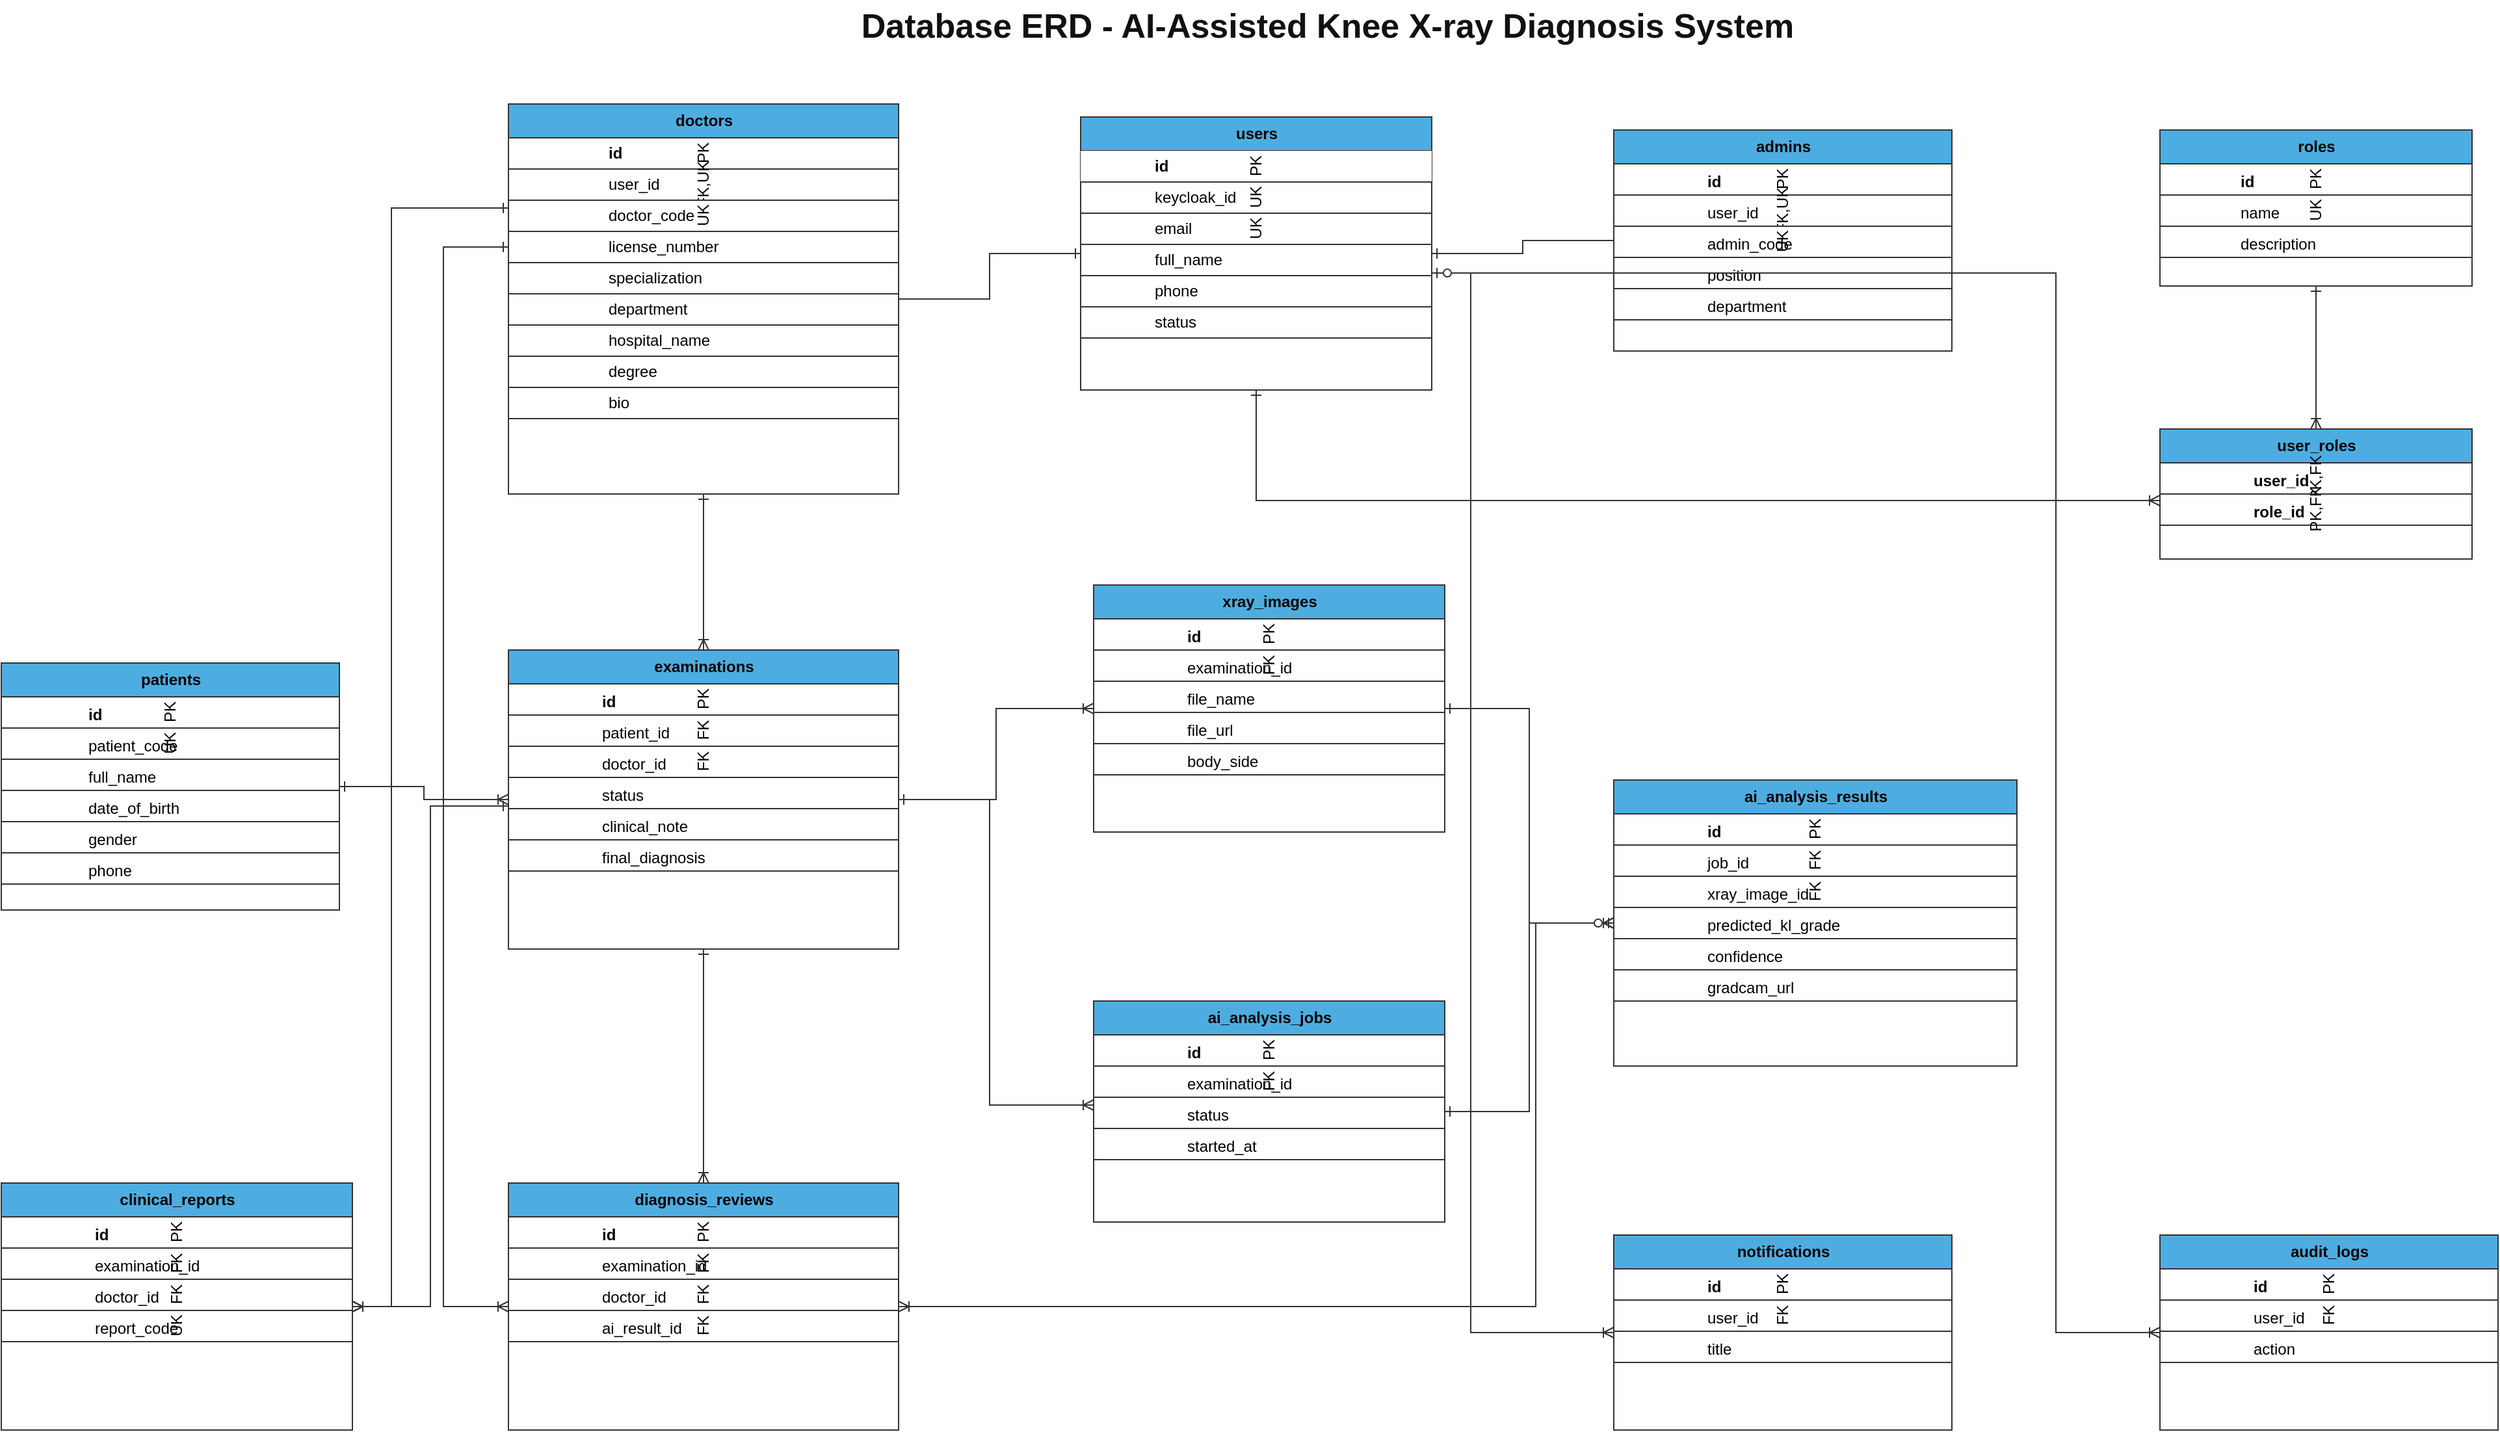
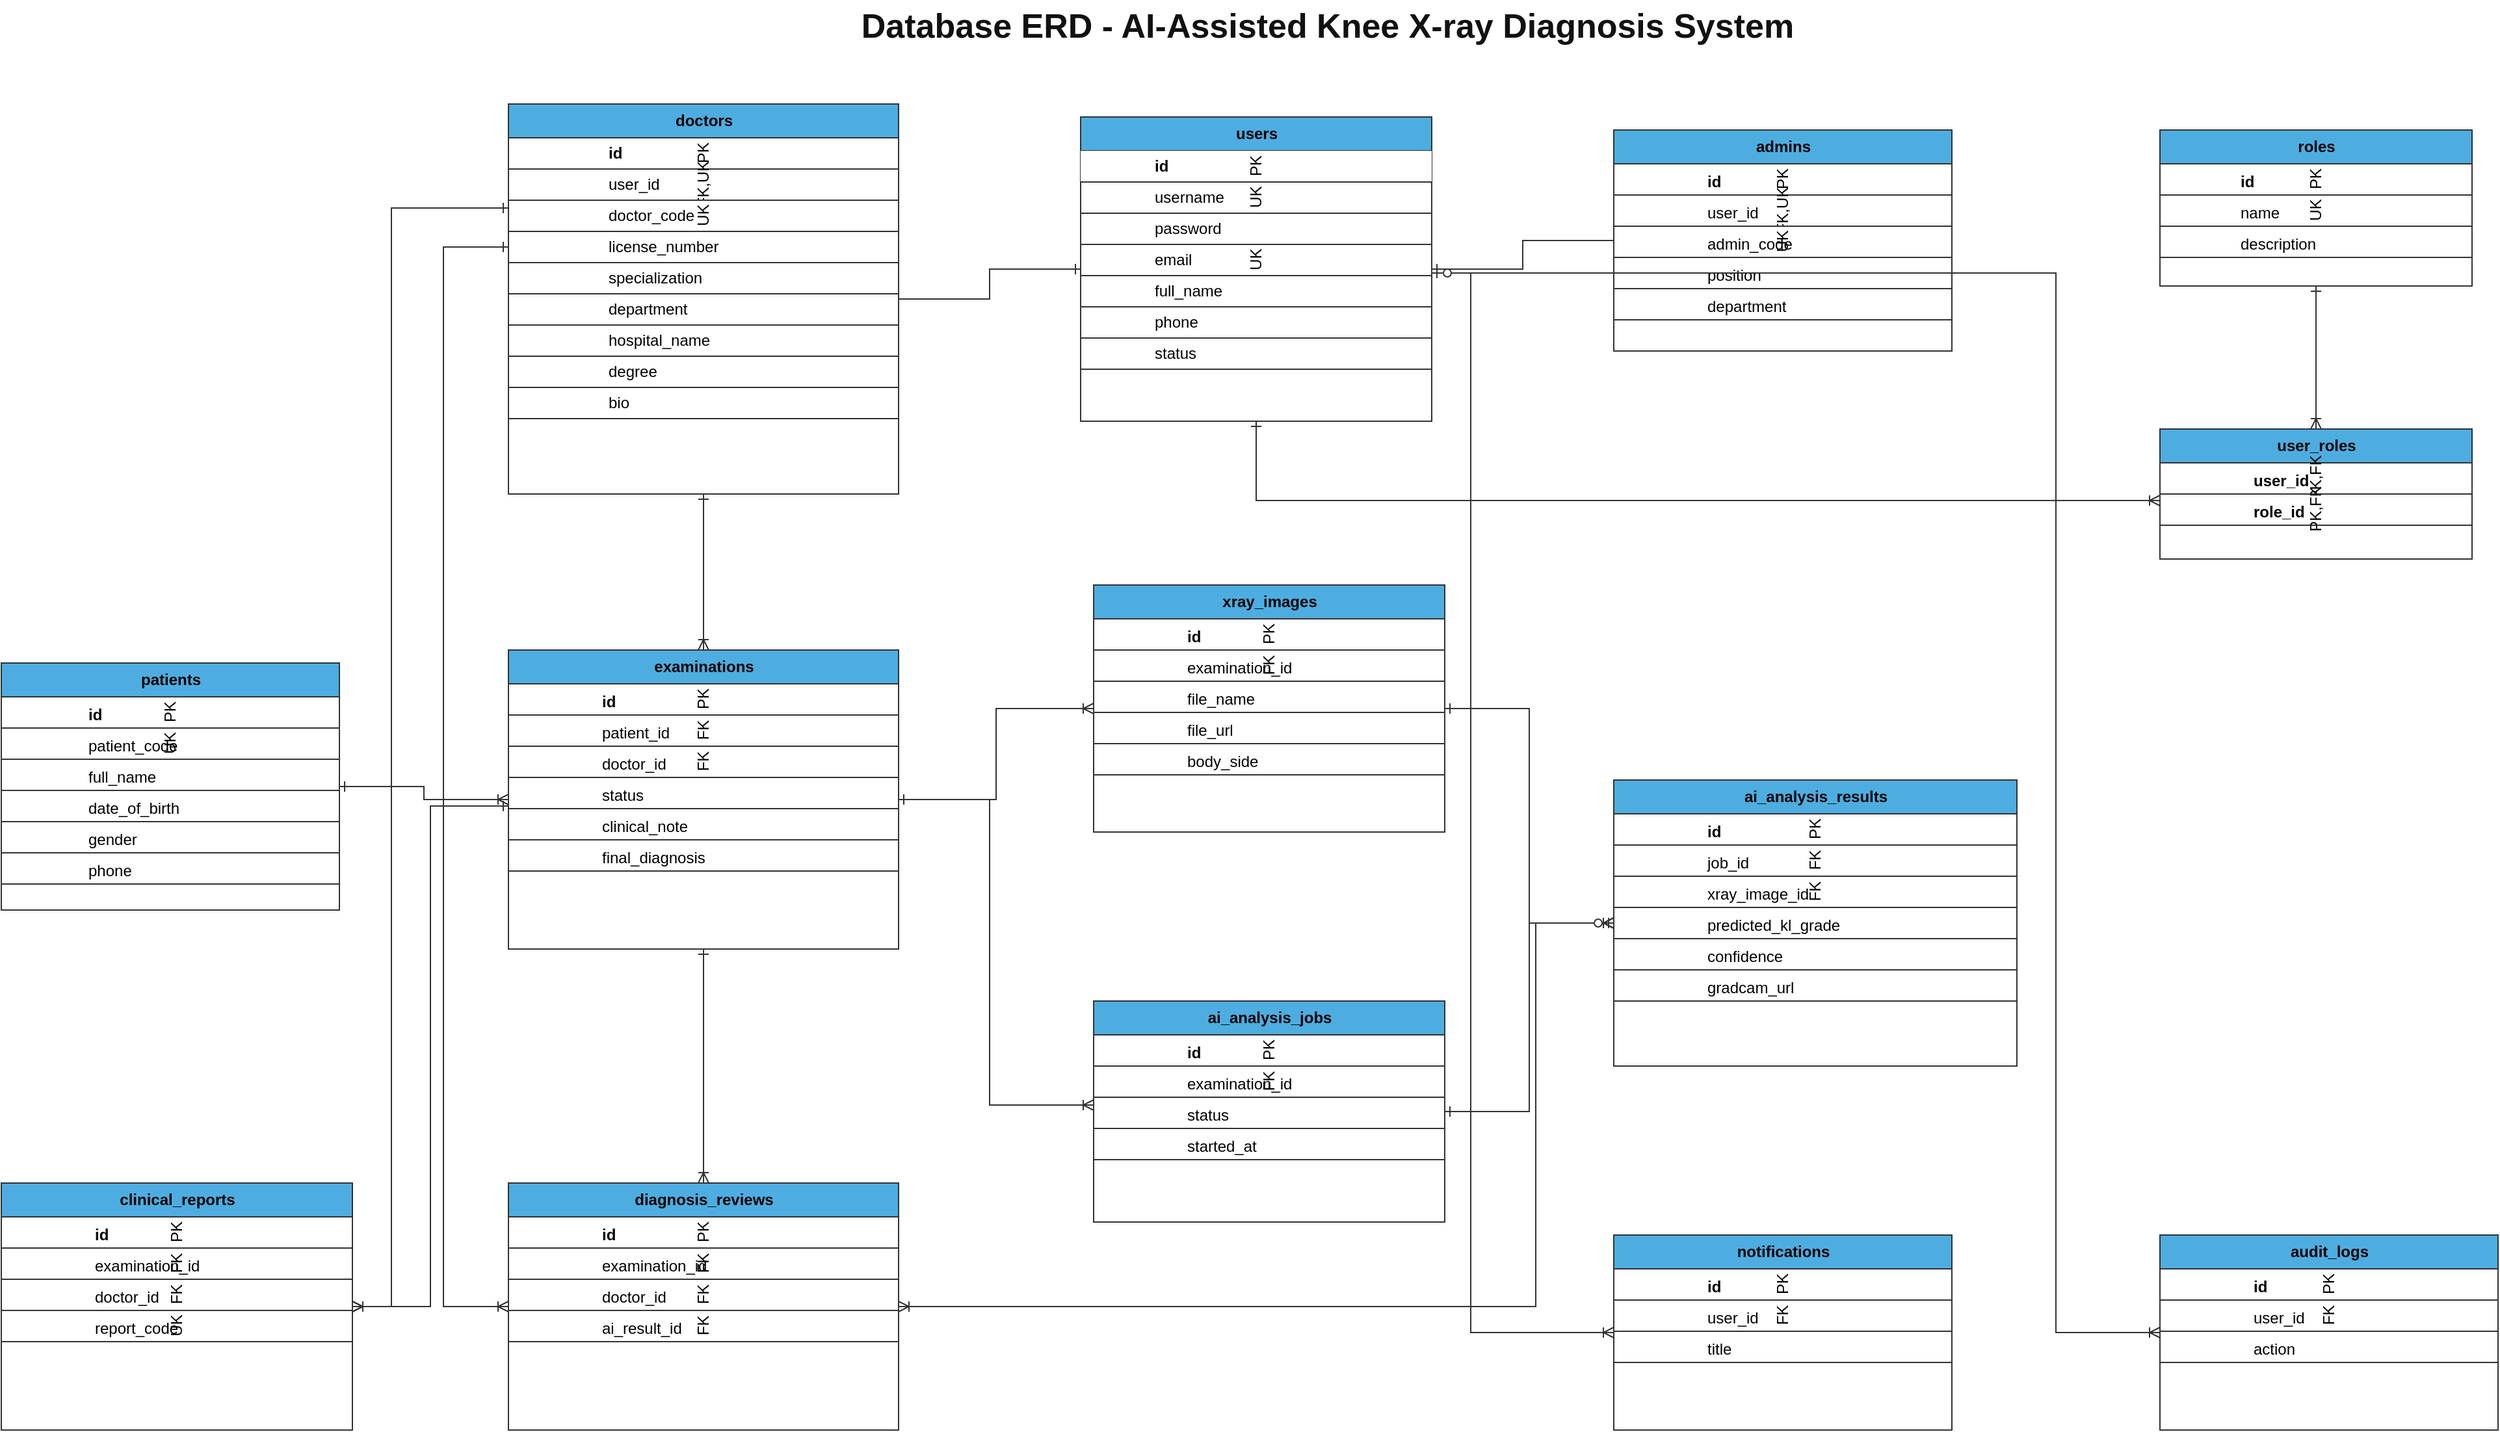
<mxfile host="65bd71144e">
    <diagram name="Database ERD" id="database-erd">
        <mxGraphModel dx="1800" dy="1000" grid="1" gridSize="10" guides="1" tooltips="1" connect="1" arrows="1" fold="1" page="1" pageScale="1" pageWidth="2300" pageHeight="1500" math="0" shadow="0">
            <root>
                <mxCell id="0"/>
                <mxCell id="1" parent="0"/>
                <mxCell id="title" value="Database ERD - AI-Assisted Knee X-ray Diagnosis System" style="text;html=1;strokeColor=none;fillColor=none;align=center;verticalAlign=middle;whiteSpace=wrap;fontSize=26;fontStyle=1;fontColor=#111111;" vertex="1" parent="1">
                    <mxGeometry x="500" y="30" width="1200" height="40" as="geometry"/>
                </mxCell>

                <mxCell id="users" value="users" style="shape=table;startSize=26;container=1;collapsible=0;childLayout=tableLayout;fixedRows=1;rowLines=0;fontStyle=1;align=center;resizeLast=1;html=1;fillColor=#4EADE0;strokeColor=#333333;" vertex="1" parent="1">
-                     <mxGeometry x="910" y="120" width="270" height="210" as="geometry"/>
+                     <mxGeometry x="910" y="120" width="270" height="234" as="geometry"/>
                </mxCell>
                <mxCell id="users_r1" value="PK" style="shape=tableRow;horizontal=0;startSize=0;swimlaneHead=0;swimlaneBody=0;collapsible=0;dropTarget=0;points=[];portConstraint=eastwest;top=0;left=0;right=0;bottom=1;html=1;fillColor=#ffffff;strokeColor=#333333;" vertex="1" parent="users"><mxGeometry y="26" width="270" height="24" as="geometry"/></mxCell>
                <mxCell id="users_r1c1" value="id" style="text;strokeColor=none;fillColor=none;align=left;verticalAlign=middle;fontStyle=1;html=1;" vertex="1" parent="users_r1"><mxGeometry x="55" width="215" height="24" as="geometry"/></mxCell>
                <mxCell id="users_r2" value="UK" style="shape=tableRow;horizontal=0;startSize=0;collapsible=0;points=[];portConstraint=eastwest;html=1;fillColor=#ffffff;strokeColor=#333333;" vertex="1" parent="users"><mxGeometry y="50" width="270" height="24" as="geometry"/></mxCell>
-                 <mxCell id="users_r2c1" value="keycloak_id" style="text;strokeColor=none;fillColor=none;align=left;verticalAlign=middle;html=1;" vertex="1" parent="users_r2"><mxGeometry x="55" width="215" height="24" as="geometry"/></mxCell>
-                 <mxCell id="users_r3" value="UK" style="shape=tableRow;horizontal=0;startSize=0;collapsible=0;points=[];portConstraint=eastwest;html=1;fillColor=#ffffff;strokeColor=#333333;" vertex="1" parent="users"><mxGeometry y="74" width="270" height="24" as="geometry"/></mxCell>
+                 <mxCell id="users_r2c1" value="username" style="text;strokeColor=none;fillColor=none;align=left;verticalAlign=middle;html=1;" vertex="1" parent="users_r2"><mxGeometry x="55" width="215" height="24" as="geometry"/></mxCell>
+                 <mxCell id="users_pwd" value="" style="shape=tableRow;horizontal=0;startSize=0;collapsible=0;points=[];portConstraint=eastwest;html=1;fillColor=#ffffff;strokeColor=#333333;" vertex="1" parent="users"><mxGeometry y="74" width="270" height="24" as="geometry"/></mxCell>
+                 <mxCell id="users_pwdc1" value="password" style="text;strokeColor=none;fillColor=none;align=left;verticalAlign=middle;html=1;" vertex="1" parent="users_pwd"><mxGeometry x="55" width="215" height="24" as="geometry"/></mxCell>
+                 <mxCell id="users_r3" value="UK" style="shape=tableRow;horizontal=0;startSize=0;collapsible=0;points=[];portConstraint=eastwest;html=1;fillColor=#ffffff;strokeColor=#333333;" vertex="1" parent="users"><mxGeometry y="98" width="270" height="24" as="geometry"/></mxCell>
                <mxCell id="users_r3c1" value="email" style="text;strokeColor=none;fillColor=none;align=left;verticalAlign=middle;html=1;" vertex="1" parent="users_r3"><mxGeometry x="55" width="215" height="24" as="geometry"/></mxCell>
-                 <mxCell id="users_r4" value="" style="shape=tableRow;horizontal=0;startSize=0;collapsible=0;points=[];portConstraint=eastwest;html=1;fillColor=#ffffff;strokeColor=#333333;" vertex="1" parent="users"><mxGeometry y="98" width="270" height="24" as="geometry"/></mxCell>
+                 <mxCell id="users_r4" value="" style="shape=tableRow;horizontal=0;startSize=0;collapsible=0;points=[];portConstraint=eastwest;html=1;fillColor=#ffffff;strokeColor=#333333;" vertex="1" parent="users"><mxGeometry y="122" width="270" height="24" as="geometry"/></mxCell>
                <mxCell id="users_r4c1" value="full_name" style="text;strokeColor=none;fillColor=none;align=left;verticalAlign=middle;html=1;" vertex="1" parent="users_r4"><mxGeometry x="55" width="215" height="24" as="geometry"/></mxCell>
-                 <mxCell id="users_r5" value="" style="shape=tableRow;horizontal=0;startSize=0;collapsible=0;points=[];portConstraint=eastwest;html=1;fillColor=#ffffff;strokeColor=#333333;" vertex="1" parent="users"><mxGeometry y="122" width="270" height="24" as="geometry"/></mxCell>
+                 <mxCell id="users_r5" value="" style="shape=tableRow;horizontal=0;startSize=0;collapsible=0;points=[];portConstraint=eastwest;html=1;fillColor=#ffffff;strokeColor=#333333;" vertex="1" parent="users"><mxGeometry y="146" width="270" height="24" as="geometry"/></mxCell>
                <mxCell id="users_r5c1" value="phone" style="text;strokeColor=none;fillColor=none;align=left;verticalAlign=middle;html=1;" vertex="1" parent="users_r5"><mxGeometry x="55" width="215" height="24" as="geometry"/></mxCell>
-                 <mxCell id="users_r6" value="" style="shape=tableRow;horizontal=0;startSize=0;collapsible=0;points=[];portConstraint=eastwest;html=1;fillColor=#ffffff;strokeColor=#333333;" vertex="1" parent="users"><mxGeometry y="146" width="270" height="24" as="geometry"/></mxCell>
+                 <mxCell id="users_r6" value="" style="shape=tableRow;horizontal=0;startSize=0;collapsible=0;points=[];portConstraint=eastwest;html=1;fillColor=#ffffff;strokeColor=#333333;" vertex="1" parent="users"><mxGeometry y="170" width="270" height="24" as="geometry"/></mxCell>
                <mxCell id="users_r6c1" value="status" style="text;strokeColor=none;fillColor=none;align=left;verticalAlign=middle;html=1;" vertex="1" parent="users_r6"><mxGeometry x="55" width="215" height="24" as="geometry"/></mxCell>

                <mxCell id="doctors" value="doctors" style="shape=table;startSize=26;container=1;collapsible=0;childLayout=tableLayout;fixedRows=1;rowLines=0;fontStyle=1;align=center;resizeLast=1;html=1;fillColor=#4EADE0;strokeColor=#333333;" vertex="1" parent="1">
                    <mxGeometry x="470" y="110" width="300" height="300" as="geometry"/>
                </mxCell>
                <mxCell id="doctors_r1" value="PK" style="shape=tableRow;horizontal=0;startSize=0;collapsible=0;points=[];portConstraint=eastwest;html=1;fillColor=#ffffff;strokeColor=#333333;" vertex="1" parent="doctors"><mxGeometry y="26" width="300" height="24" as="geometry"/></mxCell>
                <mxCell id="doctors_r1c1" value="id" style="text;strokeColor=none;fillColor=none;align=left;verticalAlign=middle;fontStyle=1;html=1;" vertex="1" parent="doctors_r1"><mxGeometry x="75" width="225" height="24" as="geometry"/></mxCell>
                <mxCell id="doctors_r2" value="FK,UK" style="shape=tableRow;horizontal=0;startSize=0;collapsible=0;points=[];portConstraint=eastwest;html=1;fillColor=#ffffff;strokeColor=#333333;" vertex="1" parent="doctors"><mxGeometry y="50" width="300" height="24" as="geometry"/></mxCell>
                <mxCell id="doctors_r2c1" value="user_id" style="text;strokeColor=none;fillColor=none;align=left;verticalAlign=middle;html=1;" vertex="1" parent="doctors_r2"><mxGeometry x="75" width="225" height="24" as="geometry"/></mxCell>
                <mxCell id="doctors_r3" value="UK" style="shape=tableRow;horizontal=0;startSize=0;collapsible=0;points=[];portConstraint=eastwest;html=1;fillColor=#ffffff;strokeColor=#333333;" vertex="1" parent="doctors"><mxGeometry y="74" width="300" height="24" as="geometry"/></mxCell>
                <mxCell id="doctors_r3c1" value="doctor_code" style="text;strokeColor=none;fillColor=none;align=left;verticalAlign=middle;html=1;" vertex="1" parent="doctors_r3"><mxGeometry x="75" width="225" height="24" as="geometry"/></mxCell>
                <mxCell id="doctors_r4" value="" style="shape=tableRow;horizontal=0;startSize=0;collapsible=0;points=[];portConstraint=eastwest;html=1;fillColor=#ffffff;strokeColor=#333333;" vertex="1" parent="doctors"><mxGeometry y="98" width="300" height="24" as="geometry"/></mxCell>
                <mxCell id="doctors_r4c1" value="license_number" style="text;strokeColor=none;fillColor=none;align=left;verticalAlign=middle;html=1;" vertex="1" parent="doctors_r4"><mxGeometry x="75" width="225" height="24" as="geometry"/></mxCell>
                <mxCell id="doctors_r5" value="" style="shape=tableRow;horizontal=0;startSize=0;collapsible=0;points=[];portConstraint=eastwest;html=1;fillColor=#ffffff;strokeColor=#333333;" vertex="1" parent="doctors"><mxGeometry y="122" width="300" height="24" as="geometry"/></mxCell>
                <mxCell id="doctors_r5c1" value="specialization" style="text;strokeColor=none;fillColor=none;align=left;verticalAlign=middle;html=1;" vertex="1" parent="doctors_r5"><mxGeometry x="75" width="225" height="24" as="geometry"/></mxCell>
                <mxCell id="doctors_r6" value="" style="shape=tableRow;horizontal=0;startSize=0;collapsible=0;points=[];portConstraint=eastwest;html=1;fillColor=#ffffff;strokeColor=#333333;" vertex="1" parent="doctors"><mxGeometry y="146" width="300" height="24" as="geometry"/></mxCell>
                <mxCell id="doctors_r6c1" value="department" style="text;strokeColor=none;fillColor=none;align=left;verticalAlign=middle;html=1;" vertex="1" parent="doctors_r6"><mxGeometry x="75" width="225" height="24" as="geometry"/></mxCell>
                <mxCell id="doctors_r7" value="" style="shape=tableRow;horizontal=0;startSize=0;collapsible=0;points=[];portConstraint=eastwest;html=1;fillColor=#ffffff;strokeColor=#333333;" vertex="1" parent="doctors"><mxGeometry y="170" width="300" height="24" as="geometry"/></mxCell>
                <mxCell id="doctors_r7c1" value="hospital_name" style="text;strokeColor=none;fillColor=none;align=left;verticalAlign=middle;html=1;" vertex="1" parent="doctors_r7"><mxGeometry x="75" width="225" height="24" as="geometry"/></mxCell>
                <mxCell id="doctors_r8" value="" style="shape=tableRow;horizontal=0;startSize=0;collapsible=0;points=[];portConstraint=eastwest;html=1;fillColor=#ffffff;strokeColor=#333333;" vertex="1" parent="doctors"><mxGeometry y="194" width="300" height="24" as="geometry"/></mxCell>
                <mxCell id="doctors_r8c1" value="degree" style="text;strokeColor=none;fillColor=none;align=left;verticalAlign=middle;html=1;" vertex="1" parent="doctors_r8"><mxGeometry x="75" width="225" height="24" as="geometry"/></mxCell>
                <mxCell id="doctors_r9" value="" style="shape=tableRow;horizontal=0;startSize=0;collapsible=0;points=[];portConstraint=eastwest;html=1;fillColor=#ffffff;strokeColor=#333333;" vertex="1" parent="doctors"><mxGeometry y="218" width="300" height="24" as="geometry"/></mxCell>
                <mxCell id="doctors_r9c1" value="bio" style="text;strokeColor=none;fillColor=none;align=left;verticalAlign=middle;html=1;" vertex="1" parent="doctors_r9"><mxGeometry x="75" width="225" height="24" as="geometry"/></mxCell>

                <mxCell id="admins" value="admins" style="shape=table;startSize=26;container=1;collapsible=0;childLayout=tableLayout;fixedRows=1;rowLines=0;fontStyle=1;align=center;resizeLast=1;html=1;fillColor=#4EADE0;strokeColor=#333333;" vertex="1" parent="1"><mxGeometry x="1320" y="130" width="260" height="170" as="geometry"/></mxCell>
                <mxCell id="admins_r1" value="PK" style="shape=tableRow;horizontal=0;startSize=0;html=1;fillColor=#ffffff;strokeColor=#333333;" vertex="1" parent="admins"><mxGeometry y="26" width="260" height="24" as="geometry"/></mxCell><mxCell id="admins_r1c1" value="id" style="text;strokeColor=none;fillColor=none;align=left;fontStyle=1;html=1;" vertex="1" parent="admins_r1"><mxGeometry x="70" width="190" height="24" as="geometry"/></mxCell>
                <mxCell id="admins_r2" value="FK,UK" style="shape=tableRow;horizontal=0;startSize=0;html=1;fillColor=#ffffff;strokeColor=#333333;" vertex="1" parent="admins"><mxGeometry y="50" width="260" height="24" as="geometry"/></mxCell><mxCell id="admins_r2c1" value="user_id" style="text;strokeColor=none;fillColor=none;align=left;html=1;" vertex="1" parent="admins_r2"><mxGeometry x="70" width="190" height="24" as="geometry"/></mxCell>
                <mxCell id="admins_r3" value="UK" style="shape=tableRow;horizontal=0;startSize=0;html=1;fillColor=#ffffff;strokeColor=#333333;" vertex="1" parent="admins"><mxGeometry y="74" width="260" height="24" as="geometry"/></mxCell><mxCell id="admins_r3c1" value="admin_code" style="text;strokeColor=none;fillColor=none;align=left;html=1;" vertex="1" parent="admins_r3"><mxGeometry x="70" width="190" height="24" as="geometry"/></mxCell>
                <mxCell id="admins_r4" value="" style="shape=tableRow;horizontal=0;startSize=0;html=1;fillColor=#ffffff;strokeColor=#333333;" vertex="1" parent="admins"><mxGeometry y="98" width="260" height="24" as="geometry"/></mxCell><mxCell id="admins_r4c1" value="position" style="text;strokeColor=none;fillColor=none;align=left;html=1;" vertex="1" parent="admins_r4"><mxGeometry x="70" width="190" height="24" as="geometry"/></mxCell>
                <mxCell id="admins_r5" value="" style="shape=tableRow;horizontal=0;startSize=0;html=1;fillColor=#ffffff;strokeColor=#333333;" vertex="1" parent="admins"><mxGeometry y="122" width="260" height="24" as="geometry"/></mxCell><mxCell id="admins_r5c1" value="department" style="text;strokeColor=none;fillColor=none;align=left;html=1;" vertex="1" parent="admins_r5"><mxGeometry x="70" width="190" height="24" as="geometry"/></mxCell>

                <mxCell id="roles" value="roles" style="shape=table;startSize=26;container=1;collapsible=0;childLayout=tableLayout;fixedRows=1;rowLines=0;fontStyle=1;align=center;resizeLast=1;html=1;fillColor=#4EADE0;strokeColor=#333333;" vertex="1" parent="1"><mxGeometry x="1740" y="130" width="240" height="120" as="geometry"/></mxCell>
                <mxCell id="roles_r1" value="PK" style="shape=tableRow;horizontal=0;startSize=0;html=1;fillColor=#ffffff;strokeColor=#333333;" vertex="1" parent="roles"><mxGeometry y="26" width="240" height="24" as="geometry"/></mxCell><mxCell id="roles_r1c1" value="id" style="text;strokeColor=none;fillColor=none;align=left;fontStyle=1;html=1;" vertex="1" parent="roles_r1"><mxGeometry x="60" width="180" height="24" as="geometry"/></mxCell>
                <mxCell id="roles_r2" value="UK" style="shape=tableRow;horizontal=0;startSize=0;html=1;fillColor=#ffffff;strokeColor=#333333;" vertex="1" parent="roles"><mxGeometry y="50" width="240" height="24" as="geometry"/></mxCell><mxCell id="roles_r2c1" value="name" style="text;strokeColor=none;fillColor=none;align=left;html=1;" vertex="1" parent="roles_r2"><mxGeometry x="60" width="180" height="24" as="geometry"/></mxCell>
                <mxCell id="roles_r3" value="" style="shape=tableRow;horizontal=0;startSize=0;html=1;fillColor=#ffffff;strokeColor=#333333;" vertex="1" parent="roles"><mxGeometry y="74" width="240" height="24" as="geometry"/></mxCell><mxCell id="roles_r3c1" value="description" style="text;strokeColor=none;fillColor=none;align=left;html=1;" vertex="1" parent="roles_r3"><mxGeometry x="60" width="180" height="24" as="geometry"/></mxCell>

                <mxCell id="user_roles" value="user_roles" style="shape=table;startSize=26;container=1;collapsible=0;childLayout=tableLayout;fixedRows=1;rowLines=0;fontStyle=1;align=center;resizeLast=1;html=1;fillColor=#4EADE0;strokeColor=#333333;" vertex="1" parent="1"><mxGeometry x="1740" y="360" width="240" height="100" as="geometry"/></mxCell>
                <mxCell id="ur_r1" value="PK,FK" style="shape=tableRow;horizontal=0;startSize=0;html=1;fillColor=#ffffff;strokeColor=#333333;" vertex="1" parent="user_roles"><mxGeometry y="26" width="240" height="24" as="geometry"/></mxCell><mxCell id="ur_r1c1" value="user_id" style="text;strokeColor=none;fillColor=none;align=left;fontStyle=1;html=1;" vertex="1" parent="ur_r1"><mxGeometry x="70" width="170" height="24" as="geometry"/></mxCell>
                <mxCell id="ur_r2" value="PK,FK" style="shape=tableRow;horizontal=0;startSize=0;html=1;fillColor=#ffffff;strokeColor=#333333;" vertex="1" parent="user_roles"><mxGeometry y="50" width="240" height="24" as="geometry"/></mxCell><mxCell id="ur_r2c1" value="role_id" style="text;strokeColor=none;fillColor=none;align=left;fontStyle=1;html=1;" vertex="1" parent="ur_r2"><mxGeometry x="70" width="170" height="24" as="geometry"/></mxCell>

                <mxCell id="patients" value="patients" style="shape=table;startSize=26;container=1;collapsible=0;childLayout=tableLayout;fixedRows=1;rowLines=0;fontStyle=1;align=center;resizeLast=1;html=1;fillColor=#4EADE0;strokeColor=#333333;" vertex="1" parent="1"><mxGeometry x="80" y="540" width="260" height="190" as="geometry"/></mxCell>
                <mxCell id="patients_r1" value="PK" style="shape=tableRow;horizontal=0;startSize=0;html=1;fillColor=#ffffff;strokeColor=#333333;" vertex="1" parent="patients"><mxGeometry y="26" width="260" height="24" as="geometry"/></mxCell><mxCell id="patients_r1c1" value="id" style="text;strokeColor=none;fillColor=none;align=left;fontStyle=1;html=1;" vertex="1" parent="patients_r1"><mxGeometry x="65" width="195" height="24" as="geometry"/></mxCell>
                <mxCell id="patients_r2" value="UK" style="shape=tableRow;horizontal=0;startSize=0;html=1;fillColor=#ffffff;strokeColor=#333333;" vertex="1" parent="patients"><mxGeometry y="50" width="260" height="24" as="geometry"/></mxCell><mxCell id="patients_r2c1" value="patient_code" style="text;strokeColor=none;fillColor=none;align=left;html=1;" vertex="1" parent="patients_r2"><mxGeometry x="65" width="195" height="24" as="geometry"/></mxCell>
                <mxCell id="patients_r3" value="" style="shape=tableRow;horizontal=0;startSize=0;html=1;fillColor=#ffffff;strokeColor=#333333;" vertex="1" parent="patients"><mxGeometry y="74" width="260" height="24" as="geometry"/></mxCell><mxCell id="patients_r3c1" value="full_name" style="text;strokeColor=none;fillColor=none;align=left;html=1;" vertex="1" parent="patients_r3"><mxGeometry x="65" width="195" height="24" as="geometry"/></mxCell>
                <mxCell id="patients_r4" value="" style="shape=tableRow;horizontal=0;startSize=0;html=1;fillColor=#ffffff;strokeColor=#333333;" vertex="1" parent="patients"><mxGeometry y="98" width="260" height="24" as="geometry"/></mxCell><mxCell id="patients_r4c1" value="date_of_birth" style="text;strokeColor=none;fillColor=none;align=left;html=1;" vertex="1" parent="patients_r4"><mxGeometry x="65" width="195" height="24" as="geometry"/></mxCell>
                <mxCell id="patients_r5" value="" style="shape=tableRow;horizontal=0;startSize=0;html=1;fillColor=#ffffff;strokeColor=#333333;" vertex="1" parent="patients"><mxGeometry y="122" width="260" height="24" as="geometry"/></mxCell><mxCell id="patients_r5c1" value="gender" style="text;strokeColor=none;fillColor=none;align=left;html=1;" vertex="1" parent="patients_r5"><mxGeometry x="65" width="195" height="24" as="geometry"/></mxCell>
                <mxCell id="patients_r6" value="" style="shape=tableRow;horizontal=0;startSize=0;html=1;fillColor=#ffffff;strokeColor=#333333;" vertex="1" parent="patients"><mxGeometry y="146" width="260" height="24" as="geometry"/></mxCell><mxCell id="patients_r6c1" value="phone" style="text;strokeColor=none;fillColor=none;align=left;html=1;" vertex="1" parent="patients_r6"><mxGeometry x="65" width="195" height="24" as="geometry"/></mxCell>

                <mxCell id="examinations" value="examinations" style="shape=table;startSize=26;container=1;collapsible=0;childLayout=tableLayout;fixedRows=1;rowLines=0;fontStyle=1;align=center;resizeLast=1;html=1;fillColor=#4EADE0;strokeColor=#333333;" vertex="1" parent="1"><mxGeometry x="470" y="530" width="300" height="230" as="geometry"/></mxCell>
                <mxCell id="exam_r1" value="PK" style="shape=tableRow;horizontal=0;startSize=0;html=1;fillColor=#ffffff;strokeColor=#333333;" vertex="1" parent="examinations"><mxGeometry y="26" width="300" height="24" as="geometry"/></mxCell><mxCell id="exam_r1c1" value="id" style="text;strokeColor=none;fillColor=none;align=left;fontStyle=1;html=1;" vertex="1" parent="exam_r1"><mxGeometry x="70" width="230" height="24" as="geometry"/></mxCell>
                <mxCell id="exam_r2" value="FK" style="shape=tableRow;horizontal=0;startSize=0;html=1;fillColor=#ffffff;strokeColor=#333333;" vertex="1" parent="examinations"><mxGeometry y="50" width="300" height="24" as="geometry"/></mxCell><mxCell id="exam_r2c1" value="patient_id" style="text;strokeColor=none;fillColor=none;align=left;html=1;" vertex="1" parent="exam_r2"><mxGeometry x="70" width="230" height="24" as="geometry"/></mxCell>
                <mxCell id="exam_r3" value="FK" style="shape=tableRow;horizontal=0;startSize=0;html=1;fillColor=#ffffff;strokeColor=#333333;" vertex="1" parent="examinations"><mxGeometry y="74" width="300" height="24" as="geometry"/></mxCell><mxCell id="exam_r3c1" value="doctor_id" style="text;strokeColor=none;fillColor=none;align=left;html=1;" vertex="1" parent="exam_r3"><mxGeometry x="70" width="230" height="24" as="geometry"/></mxCell>
                <mxCell id="exam_r4" value="" style="shape=tableRow;horizontal=0;startSize=0;html=1;fillColor=#ffffff;strokeColor=#333333;" vertex="1" parent="examinations"><mxGeometry y="98" width="300" height="24" as="geometry"/></mxCell><mxCell id="exam_r4c1" value="status" style="text;strokeColor=none;fillColor=none;align=left;html=1;" vertex="1" parent="exam_r4"><mxGeometry x="70" width="230" height="24" as="geometry"/></mxCell>
                <mxCell id="exam_r5" value="" style="shape=tableRow;horizontal=0;startSize=0;html=1;fillColor=#ffffff;strokeColor=#333333;" vertex="1" parent="examinations"><mxGeometry y="122" width="300" height="24" as="geometry"/></mxCell><mxCell id="exam_r5c1" value="clinical_note" style="text;strokeColor=none;fillColor=none;align=left;html=1;" vertex="1" parent="exam_r5"><mxGeometry x="70" width="230" height="24" as="geometry"/></mxCell>
                <mxCell id="exam_r6" value="" style="shape=tableRow;horizontal=0;startSize=0;html=1;fillColor=#ffffff;strokeColor=#333333;" vertex="1" parent="examinations"><mxGeometry y="146" width="300" height="24" as="geometry"/></mxCell><mxCell id="exam_r6c1" value="final_diagnosis" style="text;strokeColor=none;fillColor=none;align=left;html=1;" vertex="1" parent="exam_r6"><mxGeometry x="70" width="230" height="24" as="geometry"/></mxCell>

                <mxCell id="xray_images" value="xray_images" style="shape=table;startSize=26;container=1;collapsible=0;childLayout=tableLayout;fixedRows=1;rowLines=0;fontStyle=1;align=center;resizeLast=1;html=1;fillColor=#4EADE0;strokeColor=#333333;" vertex="1" parent="1"><mxGeometry x="920" y="480" width="270" height="190" as="geometry"/></mxCell>
                <mxCell id="xray_r1" value="PK" style="shape=tableRow;horizontal=0;startSize=0;html=1;fillColor=#ffffff;strokeColor=#333333;" vertex="1" parent="xray_images"><mxGeometry y="26" width="270" height="24" as="geometry"/></mxCell><mxCell id="xray_r1c1" value="id" style="text;strokeColor=none;fillColor=none;align=left;fontStyle=1;html=1;" vertex="1" parent="xray_r1"><mxGeometry x="70" width="200" height="24" as="geometry"/></mxCell>
                <mxCell id="xray_r2" value="FK" style="shape=tableRow;horizontal=0;startSize=0;html=1;fillColor=#ffffff;strokeColor=#333333;" vertex="1" parent="xray_images"><mxGeometry y="50" width="270" height="24" as="geometry"/></mxCell><mxCell id="xray_r2c1" value="examination_id" style="text;strokeColor=none;fillColor=none;align=left;html=1;" vertex="1" parent="xray_r2"><mxGeometry x="70" width="200" height="24" as="geometry"/></mxCell>
                <mxCell id="xray_r3" value="" style="shape=tableRow;horizontal=0;startSize=0;html=1;fillColor=#ffffff;strokeColor=#333333;" vertex="1" parent="xray_images"><mxGeometry y="74" width="270" height="24" as="geometry"/></mxCell><mxCell id="xray_r3c1" value="file_name" style="text;strokeColor=none;fillColor=none;align=left;html=1;" vertex="1" parent="xray_r3"><mxGeometry x="70" width="200" height="24" as="geometry"/></mxCell>
                <mxCell id="xray_r4" value="" style="shape=tableRow;horizontal=0;startSize=0;html=1;fillColor=#ffffff;strokeColor=#333333;" vertex="1" parent="xray_images"><mxGeometry y="98" width="270" height="24" as="geometry"/></mxCell><mxCell id="xray_r4c1" value="file_url" style="text;strokeColor=none;fillColor=none;align=left;html=1;" vertex="1" parent="xray_r4"><mxGeometry x="70" width="200" height="24" as="geometry"/></mxCell>
                <mxCell id="xray_r5" value="" style="shape=tableRow;horizontal=0;startSize=0;html=1;fillColor=#ffffff;strokeColor=#333333;" vertex="1" parent="xray_images"><mxGeometry y="122" width="270" height="24" as="geometry"/></mxCell><mxCell id="xray_r5c1" value="body_side" style="text;strokeColor=none;fillColor=none;align=left;html=1;" vertex="1" parent="xray_r5"><mxGeometry x="70" width="200" height="24" as="geometry"/></mxCell>

                <mxCell id="ai_jobs" value="ai_analysis_jobs" style="shape=table;startSize=26;container=1;collapsible=0;childLayout=tableLayout;fixedRows=1;rowLines=0;fontStyle=1;align=center;resizeLast=1;html=1;fillColor=#4EADE0;strokeColor=#333333;" vertex="1" parent="1"><mxGeometry x="920" y="800" width="270" height="170" as="geometry"/></mxCell>
                <mxCell id="job_r1" value="PK" style="shape=tableRow;horizontal=0;startSize=0;html=1;fillColor=#ffffff;strokeColor=#333333;" vertex="1" parent="ai_jobs"><mxGeometry y="26" width="270" height="24" as="geometry"/></mxCell><mxCell id="job_r1c1" value="id" style="text;strokeColor=none;fillColor=none;align=left;fontStyle=1;html=1;" vertex="1" parent="job_r1"><mxGeometry x="70" width="200" height="24" as="geometry"/></mxCell>
                <mxCell id="job_r2" value="FK" style="shape=tableRow;horizontal=0;startSize=0;html=1;fillColor=#ffffff;strokeColor=#333333;" vertex="1" parent="ai_jobs"><mxGeometry y="50" width="270" height="24" as="geometry"/></mxCell><mxCell id="job_r2c1" value="examination_id" style="text;strokeColor=none;fillColor=none;align=left;html=1;" vertex="1" parent="job_r2"><mxGeometry x="70" width="200" height="24" as="geometry"/></mxCell>
                <mxCell id="job_r3" value="" style="shape=tableRow;horizontal=0;startSize=0;html=1;fillColor=#ffffff;strokeColor=#333333;" vertex="1" parent="ai_jobs"><mxGeometry y="74" width="270" height="24" as="geometry"/></mxCell><mxCell id="job_r3c1" value="status" style="text;strokeColor=none;fillColor=none;align=left;html=1;" vertex="1" parent="job_r3"><mxGeometry x="70" width="200" height="24" as="geometry"/></mxCell>
                <mxCell id="job_r4" value="" style="shape=tableRow;horizontal=0;startSize=0;html=1;fillColor=#ffffff;strokeColor=#333333;" vertex="1" parent="ai_jobs"><mxGeometry y="98" width="270" height="24" as="geometry"/></mxCell><mxCell id="job_r4c1" value="started_at" style="text;strokeColor=none;fillColor=none;align=left;html=1;" vertex="1" parent="job_r4"><mxGeometry x="70" width="200" height="24" as="geometry"/></mxCell>

                <mxCell id="ai_results" value="ai_analysis_results" style="shape=table;startSize=26;container=1;collapsible=0;childLayout=tableLayout;fixedRows=1;rowLines=0;fontStyle=1;align=center;resizeLast=1;html=1;fillColor=#4EADE0;strokeColor=#333333;" vertex="1" parent="1"><mxGeometry x="1320" y="630" width="310" height="220" as="geometry"/></mxCell>
                <mxCell id="res_r1" value="PK" style="shape=tableRow;horizontal=0;startSize=0;html=1;fillColor=#ffffff;strokeColor=#333333;" vertex="1" parent="ai_results"><mxGeometry y="26" width="310" height="24" as="geometry"/></mxCell><mxCell id="res_r1c1" value="id" style="text;strokeColor=none;fillColor=none;align=left;fontStyle=1;html=1;" vertex="1" parent="res_r1"><mxGeometry x="70" width="240" height="24" as="geometry"/></mxCell>
                <mxCell id="res_r2" value="FK" style="shape=tableRow;horizontal=0;startSize=0;html=1;fillColor=#ffffff;strokeColor=#333333;" vertex="1" parent="ai_results"><mxGeometry y="50" width="310" height="24" as="geometry"/></mxCell><mxCell id="res_r2c1" value="job_id" style="text;strokeColor=none;fillColor=none;align=left;html=1;" vertex="1" parent="res_r2"><mxGeometry x="70" width="240" height="24" as="geometry"/></mxCell>
                <mxCell id="res_r3" value="FK" style="shape=tableRow;horizontal=0;startSize=0;html=1;fillColor=#ffffff;strokeColor=#333333;" vertex="1" parent="ai_results"><mxGeometry y="74" width="310" height="24" as="geometry"/></mxCell><mxCell id="res_r3c1" value="xray_image_id" style="text;strokeColor=none;fillColor=none;align=left;html=1;" vertex="1" parent="res_r3"><mxGeometry x="70" width="240" height="24" as="geometry"/></mxCell>
                <mxCell id="res_r4" value="" style="shape=tableRow;horizontal=0;startSize=0;html=1;fillColor=#ffffff;strokeColor=#333333;" vertex="1" parent="ai_results"><mxGeometry y="98" width="310" height="24" as="geometry"/></mxCell><mxCell id="res_r4c1" value="predicted_kl_grade" style="text;strokeColor=none;fillColor=none;align=left;html=1;" vertex="1" parent="res_r4"><mxGeometry x="70" width="240" height="24" as="geometry"/></mxCell>
                <mxCell id="res_r5" value="" style="shape=tableRow;horizontal=0;startSize=0;html=1;fillColor=#ffffff;strokeColor=#333333;" vertex="1" parent="ai_results"><mxGeometry y="122" width="310" height="24" as="geometry"/></mxCell><mxCell id="res_r5c1" value="confidence" style="text;strokeColor=none;fillColor=none;align=left;html=1;" vertex="1" parent="res_r5"><mxGeometry x="70" width="240" height="24" as="geometry"/></mxCell>
                <mxCell id="res_r6" value="" style="shape=tableRow;horizontal=0;startSize=0;html=1;fillColor=#ffffff;strokeColor=#333333;" vertex="1" parent="ai_results"><mxGeometry y="146" width="310" height="24" as="geometry"/></mxCell><mxCell id="res_r6c1" value="gradcam_url" style="text;strokeColor=none;fillColor=none;align=left;html=1;" vertex="1" parent="res_r6"><mxGeometry x="70" width="240" height="24" as="geometry"/></mxCell>

                <mxCell id="reports" value="clinical_reports" style="shape=table;startSize=26;container=1;collapsible=0;childLayout=tableLayout;fixedRows=1;rowLines=0;fontStyle=1;align=center;resizeLast=1;html=1;fillColor=#4EADE0;strokeColor=#333333;" vertex="1" parent="1"><mxGeometry x="80" y="940" width="270" height="190" as="geometry"/></mxCell>
                <mxCell id="rep_r1" value="PK" style="shape=tableRow;horizontal=0;startSize=0;html=1;fillColor=#ffffff;strokeColor=#333333;" vertex="1" parent="reports"><mxGeometry y="26" width="270" height="24" as="geometry"/></mxCell><mxCell id="rep_r1c1" value="id" style="text;strokeColor=none;fillColor=none;align=left;fontStyle=1;html=1;" vertex="1" parent="rep_r1"><mxGeometry x="70" width="200" height="24" as="geometry"/></mxCell>
                <mxCell id="rep_r2" value="FK" style="shape=tableRow;horizontal=0;startSize=0;html=1;fillColor=#ffffff;strokeColor=#333333;" vertex="1" parent="reports"><mxGeometry y="50" width="270" height="24" as="geometry"/></mxCell><mxCell id="rep_r2c1" value="examination_id" style="text;strokeColor=none;fillColor=none;align=left;html=1;" vertex="1" parent="rep_r2"><mxGeometry x="70" width="200" height="24" as="geometry"/></mxCell>
                <mxCell id="rep_r3" value="FK" style="shape=tableRow;horizontal=0;startSize=0;html=1;fillColor=#ffffff;strokeColor=#333333;" vertex="1" parent="reports"><mxGeometry y="74" width="270" height="24" as="geometry"/></mxCell><mxCell id="rep_r3c1" value="doctor_id" style="text;strokeColor=none;fillColor=none;align=left;html=1;" vertex="1" parent="rep_r3"><mxGeometry x="70" width="200" height="24" as="geometry"/></mxCell>
                <mxCell id="rep_r4" value="UK" style="shape=tableRow;horizontal=0;startSize=0;html=1;fillColor=#ffffff;strokeColor=#333333;" vertex="1" parent="reports"><mxGeometry y="98" width="270" height="24" as="geometry"/></mxCell><mxCell id="rep_r4c1" value="report_code" style="text;strokeColor=none;fillColor=none;align=left;html=1;" vertex="1" parent="rep_r4"><mxGeometry x="70" width="200" height="24" as="geometry"/></mxCell>

                <mxCell id="reviews" value="diagnosis_reviews" style="shape=table;startSize=26;container=1;collapsible=0;childLayout=tableLayout;fixedRows=1;rowLines=0;fontStyle=1;align=center;resizeLast=1;html=1;fillColor=#4EADE0;strokeColor=#333333;" vertex="1" parent="1"><mxGeometry x="470" y="940" width="300" height="190" as="geometry"/></mxCell>
                <mxCell id="rev_r1" value="PK" style="shape=tableRow;horizontal=0;startSize=0;html=1;fillColor=#ffffff;strokeColor=#333333;" vertex="1" parent="reviews"><mxGeometry y="26" width="300" height="24" as="geometry"/></mxCell><mxCell id="rev_r1c1" value="id" style="text;strokeColor=none;fillColor=none;align=left;fontStyle=1;html=1;" vertex="1" parent="rev_r1"><mxGeometry x="70" width="230" height="24" as="geometry"/></mxCell>
                <mxCell id="rev_r2" value="FK" style="shape=tableRow;horizontal=0;startSize=0;html=1;fillColor=#ffffff;strokeColor=#333333;" vertex="1" parent="reviews"><mxGeometry y="50" width="300" height="24" as="geometry"/></mxCell><mxCell id="rev_r2c1" value="examination_id" style="text;strokeColor=none;fillColor=none;align=left;html=1;" vertex="1" parent="rev_r2"><mxGeometry x="70" width="230" height="24" as="geometry"/></mxCell>
                <mxCell id="rev_r3" value="FK" style="shape=tableRow;horizontal=0;startSize=0;html=1;fillColor=#ffffff;strokeColor=#333333;" vertex="1" parent="reviews"><mxGeometry y="74" width="300" height="24" as="geometry"/></mxCell><mxCell id="rev_r3c1" value="doctor_id" style="text;strokeColor=none;fillColor=none;align=left;html=1;" vertex="1" parent="rev_r3"><mxGeometry x="70" width="230" height="24" as="geometry"/></mxCell>
                <mxCell id="rev_r4" value="FK" style="shape=tableRow;horizontal=0;startSize=0;html=1;fillColor=#ffffff;strokeColor=#333333;" vertex="1" parent="reviews"><mxGeometry y="98" width="300" height="24" as="geometry"/></mxCell><mxCell id="rev_r4c1" value="ai_result_id" style="text;strokeColor=none;fillColor=none;align=left;html=1;" vertex="1" parent="rev_r4"><mxGeometry x="70" width="230" height="24" as="geometry"/></mxCell>

                <mxCell id="notifications" value="notifications" style="shape=table;startSize=26;container=1;collapsible=0;childLayout=tableLayout;fixedRows=1;rowLines=0;fontStyle=1;align=center;resizeLast=1;html=1;fillColor=#4EADE0;strokeColor=#333333;" vertex="1" parent="1"><mxGeometry x="1320" y="980" width="260" height="150" as="geometry"/></mxCell>
                <mxCell id="not_r1" value="PK" style="shape=tableRow;horizontal=0;startSize=0;html=1;fillColor=#ffffff;strokeColor=#333333;" vertex="1" parent="notifications"><mxGeometry y="26" width="260" height="24" as="geometry"/></mxCell><mxCell id="not_r1c1" value="id" style="text;strokeColor=none;fillColor=none;align=left;fontStyle=1;html=1;" vertex="1" parent="not_r1"><mxGeometry x="70" width="190" height="24" as="geometry"/></mxCell>
                <mxCell id="not_r2" value="FK" style="shape=tableRow;horizontal=0;startSize=0;html=1;fillColor=#ffffff;strokeColor=#333333;" vertex="1" parent="notifications"><mxGeometry y="50" width="260" height="24" as="geometry"/></mxCell><mxCell id="not_r2c1" value="user_id" style="text;strokeColor=none;fillColor=none;align=left;html=1;" vertex="1" parent="not_r2"><mxGeometry x="70" width="190" height="24" as="geometry"/></mxCell>
                <mxCell id="not_r3" value="" style="shape=tableRow;horizontal=0;startSize=0;html=1;fillColor=#ffffff;strokeColor=#333333;" vertex="1" parent="notifications"><mxGeometry y="74" width="260" height="24" as="geometry"/></mxCell><mxCell id="not_r3c1" value="title" style="text;strokeColor=none;fillColor=none;align=left;html=1;" vertex="1" parent="not_r3"><mxGeometry x="70" width="190" height="24" as="geometry"/></mxCell>

                <mxCell id="audit_logs" value="audit_logs" style="shape=table;startSize=26;container=1;collapsible=0;childLayout=tableLayout;fixedRows=1;rowLines=0;fontStyle=1;align=center;resizeLast=1;html=1;fillColor=#4EADE0;strokeColor=#333333;" vertex="1" parent="1"><mxGeometry x="1740" y="980" width="260" height="150" as="geometry"/></mxCell>
                <mxCell id="audit_r1" value="PK" style="shape=tableRow;horizontal=0;startSize=0;html=1;fillColor=#ffffff;strokeColor=#333333;" vertex="1" parent="audit_logs"><mxGeometry y="26" width="260" height="24" as="geometry"/></mxCell><mxCell id="audit_r1c1" value="id" style="text;strokeColor=none;fillColor=none;align=left;fontStyle=1;html=1;" vertex="1" parent="audit_r1"><mxGeometry x="70" width="190" height="24" as="geometry"/></mxCell>
                <mxCell id="audit_r2" value="FK" style="shape=tableRow;horizontal=0;startSize=0;html=1;fillColor=#ffffff;strokeColor=#333333;" vertex="1" parent="audit_logs"><mxGeometry y="50" width="260" height="24" as="geometry"/></mxCell><mxCell id="audit_r2c1" value="user_id" style="text;strokeColor=none;fillColor=none;align=left;html=1;" vertex="1" parent="audit_r2"><mxGeometry x="70" width="190" height="24" as="geometry"/></mxCell>
                <mxCell id="audit_r3" value="" style="shape=tableRow;horizontal=0;startSize=0;html=1;fillColor=#ffffff;strokeColor=#333333;" vertex="1" parent="audit_logs"><mxGeometry y="74" width="260" height="24" as="geometry"/></mxCell><mxCell id="audit_r3c1" value="action" style="text;strokeColor=none;fillColor=none;align=left;html=1;" vertex="1" parent="audit_r3"><mxGeometry x="70" width="190" height="24" as="geometry"/></mxCell>

                <mxCell id="e_user_doctor" value="" style="edgeStyle=orthogonalEdgeStyle;rounded=0;html=1;endArrow=ERoneToOne;startArrow=ERone;strokeColor=#333333;" edge="1" parent="1" source="users" target="doctors"><mxGeometry relative="1" as="geometry"/></mxCell>
                <mxCell id="e_user_admin" value="" style="edgeStyle=orthogonalEdgeStyle;rounded=0;html=1;endArrow=ERoneToOne;startArrow=ERone;strokeColor=#333333;" edge="1" parent="1" source="users" target="admins"><mxGeometry relative="1" as="geometry"/></mxCell>
                <mxCell id="e_user_roles" value="" style="edgeStyle=orthogonalEdgeStyle;rounded=0;html=1;endArrow=ERoneToMany;startArrow=ERone;strokeColor=#333333;" edge="1" parent="1" source="users" target="user_roles"><mxGeometry relative="1" as="geometry"><Array as="points"><mxPoint x="1210" y="415"/><mxPoint x="1680" y="415"/></Array></mxGeometry></mxCell>
                <mxCell id="e_roles_userroles" value="" style="edgeStyle=orthogonalEdgeStyle;rounded=0;html=1;endArrow=ERoneToMany;startArrow=ERone;strokeColor=#333333;" edge="1" parent="1" source="roles" target="user_roles"><mxGeometry relative="1" as="geometry"/></mxCell>
                <mxCell id="e_doctor_exam" value="" style="edgeStyle=orthogonalEdgeStyle;rounded=0;html=1;endArrow=ERoneToMany;startArrow=ERone;strokeColor=#333333;" edge="1" parent="1" source="doctors" target="examinations"><mxGeometry relative="1" as="geometry"/></mxCell>
                <mxCell id="e_patient_exam" value="" style="edgeStyle=orthogonalEdgeStyle;rounded=0;html=1;endArrow=ERoneToMany;startArrow=ERone;strokeColor=#333333;" edge="1" parent="1" source="patients" target="examinations"><mxGeometry relative="1" as="geometry"/></mxCell>
                <mxCell id="e_exam_xray" value="" style="edgeStyle=orthogonalEdgeStyle;rounded=0;html=1;endArrow=ERoneToMany;startArrow=ERone;strokeColor=#333333;" edge="1" parent="1" source="examinations" target="xray_images"><mxGeometry relative="1" as="geometry"/></mxCell>
                <mxCell id="e_exam_jobs" value="" style="edgeStyle=orthogonalEdgeStyle;rounded=0;html=1;endArrow=ERoneToMany;startArrow=ERone;strokeColor=#333333;" edge="1" parent="1" source="examinations" target="ai_jobs"><mxGeometry relative="1" as="geometry"><Array as="points"><mxPoint x="840" y="880"/></Array></mxGeometry></mxCell>
                <mxCell id="e_xray_results" value="" style="edgeStyle=orthogonalEdgeStyle;rounded=0;html=1;endArrow=ERoneToMany;startArrow=ERone;strokeColor=#333333;" edge="1" parent="1" source="xray_images" target="ai_results"><mxGeometry relative="1" as="geometry"/></mxCell>
                <mxCell id="e_jobs_results" value="" style="edgeStyle=orthogonalEdgeStyle;rounded=0;html=1;endArrow=ERoneToMany;startArrow=ERone;strokeColor=#333333;" edge="1" parent="1" source="ai_jobs" target="ai_results"><mxGeometry relative="1" as="geometry"/></mxCell>
                <mxCell id="e_exam_reviews" value="" style="edgeStyle=orthogonalEdgeStyle;rounded=0;html=1;endArrow=ERoneToMany;startArrow=ERone;strokeColor=#333333;" edge="1" parent="1" source="examinations" target="reviews"><mxGeometry relative="1" as="geometry"/></mxCell>
                <mxCell id="e_doctor_reviews" value="" style="edgeStyle=orthogonalEdgeStyle;rounded=0;html=1;endArrow=ERoneToMany;startArrow=ERone;strokeColor=#333333;" edge="1" parent="1" source="doctors" target="reviews"><mxGeometry relative="1" as="geometry"><Array as="points"><mxPoint x="420" y="220"/><mxPoint x="420" y="1035"/></Array></mxGeometry></mxCell>
                <mxCell id="e_result_reviews" value="" style="edgeStyle=orthogonalEdgeStyle;rounded=0;html=1;endArrow=ERoneToMany;startArrow=ERzeroToOne;strokeColor=#333333;" edge="1" parent="1" source="ai_results" target="reviews"><mxGeometry relative="1" as="geometry"><Array as="points"><mxPoint x="1260" y="1035"/></Array></mxGeometry></mxCell>
                <mxCell id="e_exam_reports" value="" style="edgeStyle=orthogonalEdgeStyle;rounded=0;html=1;endArrow=ERoneToMany;startArrow=ERone;strokeColor=#333333;" edge="1" parent="1" source="examinations" target="reports"><mxGeometry relative="1" as="geometry"><Array as="points"><mxPoint x="410" y="650"/><mxPoint x="410" y="1035"/></Array></mxGeometry></mxCell>
                <mxCell id="e_doctor_reports" value="" style="edgeStyle=orthogonalEdgeStyle;rounded=0;html=1;endArrow=ERoneToMany;startArrow=ERone;strokeColor=#333333;" edge="1" parent="1" source="doctors" target="reports"><mxGeometry relative="1" as="geometry"><Array as="points"><mxPoint x="380" y="190"/><mxPoint x="380" y="1035"/></Array></mxGeometry></mxCell>
                <mxCell id="e_user_notifications" value="" style="edgeStyle=orthogonalEdgeStyle;rounded=0;html=1;endArrow=ERoneToMany;startArrow=ERone;strokeColor=#333333;" edge="1" parent="1" source="users" target="notifications"><mxGeometry relative="1" as="geometry"><Array as="points"><mxPoint x="1210" y="240"/><mxPoint x="1210" y="1055"/></Array></mxGeometry></mxCell>
                <mxCell id="e_user_audit" value="" style="edgeStyle=orthogonalEdgeStyle;rounded=0;html=1;endArrow=ERoneToMany;startArrow=ERzeroToOne;strokeColor=#333333;" edge="1" parent="1" source="users" target="audit_logs"><mxGeometry relative="1" as="geometry"><Array as="points"><mxPoint x="1660" y="240"/><mxPoint x="1660" y="1055"/></Array></mxGeometry></mxCell>
            </root>
        </mxGraphModel>
    </diagram>
</mxfile>
